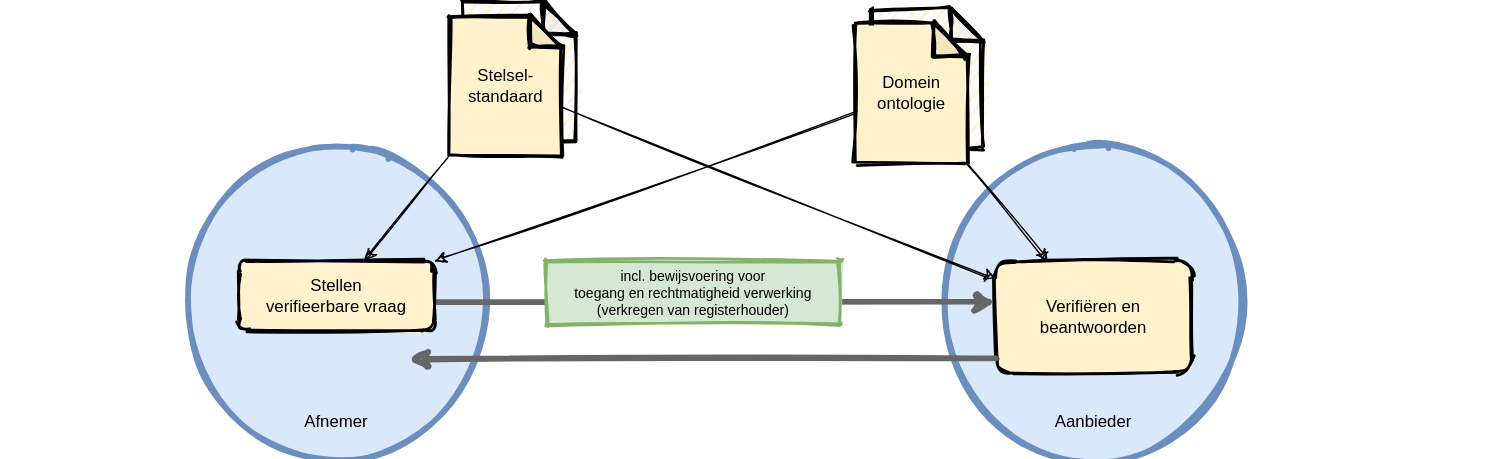
Before: .gitbook/assets/exchange.svg, a diagram exported from draw.io (dizra/docs). Source tidied: cells renumbered, new cells last; positions are measured from the earlier drawing's top-left corner, leaving out a move shared by most shapes. Its diagram source:
```xml
<mxGraphModel>
  <root>
    <mxCell id="0" />
    <mxCell id="1" parent="0" />
    <mxCell id="2" value="Afnemer" style="ellipse;whiteSpace=wrap;html=1;fillColor=#dae8fc;strokeWidth=4;verticalAlign=bottom;spacingBottom=16;fontSize=12;sketch=1;strokeColor=#6c8ebf;fillStyle=solid;" parent="1" vertex="1">
      <mxGeometry x="130" y="105" width="220" height="220" as="geometry" />
    </mxCell>
    <mxCell id="3" value="Stelsel-standaard" style="shape=note;whiteSpace=wrap;html=1;backgroundOutline=1;darkOpacity=0.05;strokeColor=#000000;strokeWidth=2;fillColor=#FFF2CC;fontSize=12;size=23;sketch=1;" parent="1" vertex="1">
      <mxGeometry x="330.5" width="80" height="100" as="geometry" />
    </mxCell>
    <mxCell id="4" value="Stelsel-standaard" style="shape=note;whiteSpace=wrap;html=1;backgroundOutline=1;darkOpacity=0.05;strokeColor=#000000;strokeWidth=2;fillColor=#FFF2CC;fontSize=12;size=22;sketch=1;fillStyle=solid;" parent="1" vertex="1">
      <mxGeometry x="320.5" y="10" width="80" height="100" as="geometry" />
    </mxCell>
    <mxCell id="5" value="Domein ontologie" style="shape=note;whiteSpace=wrap;html=1;backgroundOutline=1;darkOpacity=0.05;strokeColor=#000000;strokeWidth=2;fillColor=#FFF2CC;fontSize=12;size=23;sketch=1;" parent="1" vertex="1">
      <mxGeometry x="621.5" y="5" width="80" height="100" as="geometry" />
    </mxCell>
    <mxCell id="6" value="Aanbieder" style="ellipse;whiteSpace=wrap;html=1;fillColor=#dae8fc;strokeWidth=4;verticalAlign=bottom;spacingBottom=16;fontSize=12;sketch=1;strokeColor=#6c8ebf;fillStyle=solid;" parent="1" vertex="1">
      <mxGeometry x="671" y="105" width="220" height="220" as="geometry" />
    </mxCell>
    <mxCell id="7" value="Domein ontologie" style="shape=note;whiteSpace=wrap;html=1;backgroundOutline=1;darkOpacity=0.05;strokeColor=#000000;strokeWidth=2;fillColor=#FFF2CC;fontSize=12;size=24;sketch=1;fillStyle=solid;" parent="1" vertex="1">
      <mxGeometry x="610.5" y="15" width="80" height="100" as="geometry" />
    </mxCell>
    <mxCell id="8" style="endArrow=classic;html=1;strokeWidth=1;fontSize=12;sketch=1;" parent="1" edge="1" source="4" target="16">
      <mxGeometry relative="1" as="geometry" />
    </mxCell>
    <mxCell id="9" value="Verifiëren en beantwoorden" style="rounded=1;whiteSpace=wrap;html=1;strokeColor=#000000;strokeWidth=2;fontSize=12;fillColor=#FFF2CC;sketch=1;fillStyle=solid;" parent="1" vertex="1">
      <mxGeometry x="711" y="185" width="140" height="80" as="geometry" />
    </mxCell>
    <mxCell id="10" style="endArrow=classic;html=1;strokeWidth=4;fontSize=12;strokeColor=#666666;sketch=1;" parent="1" edge="1">
      <mxGeometry relative="1" as="geometry">
        <mxPoint x="300.5" y="214.5" as="sourcePoint" />
        <mxPoint x="711" y="214.5" as="targetPoint" />
      </mxGeometry>
    </mxCell>
    <mxCell id="11" style="endArrow=classic;html=1;strokeWidth=4;fontSize=12;strokeColor=#666666;sketch=1;" parent="1" edge="1">
      <mxGeometry relative="1" as="geometry">
        <mxPoint x="711" y="255" as="sourcePoint" />
        <mxPoint x="291" y="255" as="targetPoint" />
      </mxGeometry>
    </mxCell>
    <mxCell id="12" value="incl. bewijsvoering voor &lt;br style=&quot;font-size: 10px;&quot;&gt;toegang en rechtmatigheid verwerking&lt;br style=&quot;font-size: 10px;&quot;&gt;(verkregen van registerhouder)" style="rounded=1;whiteSpace=wrap;html=1;strokeWidth=2;fontSize=10;labelBackgroundColor=none;strokeColor=#82b366;fillColor=#d5e8d4;arcSize=0;sketch=1;fillStyle=solid;" parent="1" vertex="1">
      <mxGeometry x="390" y="185" width="210" height="45" as="geometry" />
    </mxCell>
    <mxCell id="13" style="endArrow=classic;html=1;strokeWidth=1;fontSize=12;sketch=1;" parent="1" edge="1" source="4" target="9">
      <mxGeometry relative="1" as="geometry" />
    </mxCell>
    <mxCell id="14" style="endArrow=classic;html=1;strokeWidth=1;fontSize=12;sketch=1;" parent="1" edge="1" source="7" target="16">
      <mxGeometry relative="1" as="geometry" />
    </mxCell>
    <mxCell id="15" style="endArrow=classic;html=1;strokeWidth=1;fontSize=12;sketch=1;" parent="1" edge="1" source="7" target="9">
      <mxGeometry relative="1" as="geometry" />
    </mxCell>
    <mxCell id="16" value="Stellen &lt;br style=&quot;font-size: 12px;&quot;&gt;verifieerbare vraag" style="rounded=1;whiteSpace=wrap;html=1;strokeColor=#000000;strokeWidth=2;fontSize=12;fillColor=#FFF2CC;sketch=1;fillStyle=solid;" parent="1" vertex="1">
      <mxGeometry x="170" y="185" width="140" height="50" as="geometry" />
    </mxCell>
    <mxCell id="17" style="rounded=0;whiteSpace=wrap;html=1;fillColor=none;strokeColor=none;" parent="1" vertex="1">
      <mxGeometry y="230" width="1060" height="60" as="geometry" />
    </mxCell>
  </root>
</mxGraphModel>
```
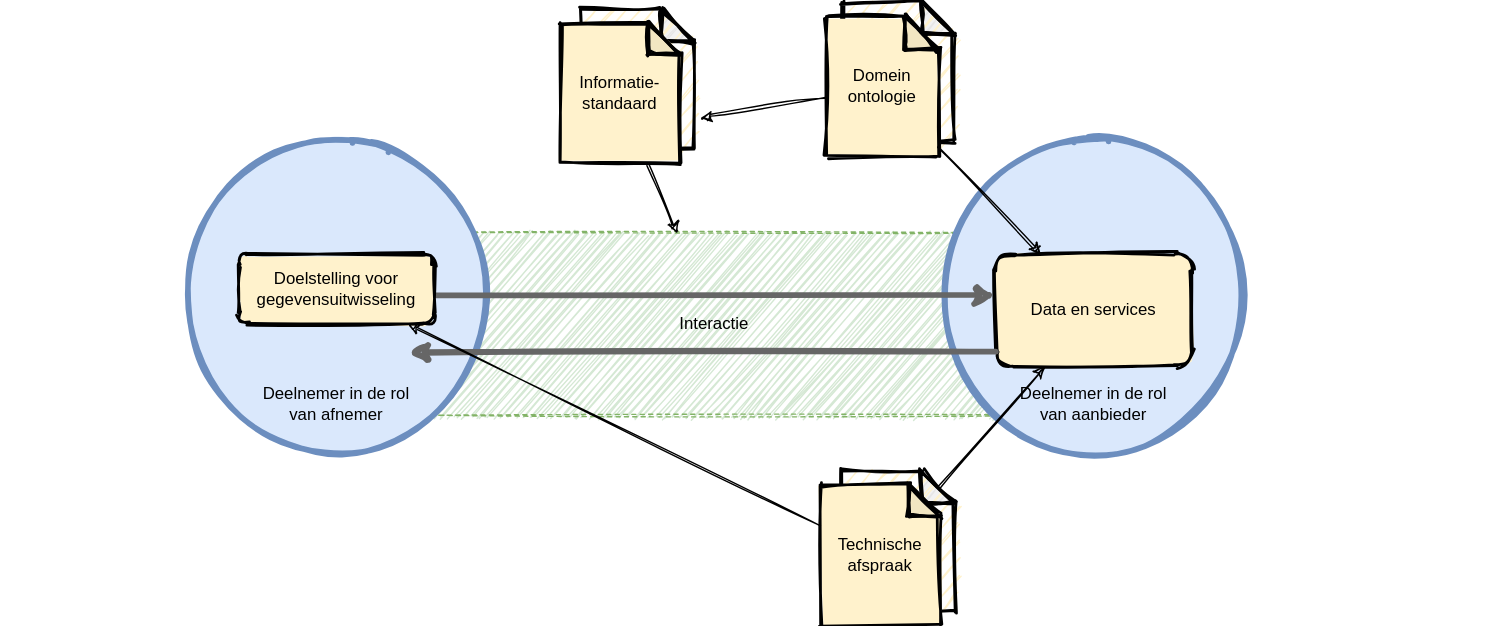
Later version of the same file.

Change to the diagram source:
```diff
@@ -2,28 +2,31 @@
   <root>
     <mxCell id="0" />
     <mxCell id="1" parent="0" />
+    <mxCell id="18" value="Interactie" style="rounded=0;whiteSpace=wrap;html=1;fillColor=#d5e8d4;strokeColor=#82b366;dashed=1;fontSize=12;sketch=1;" parent="1" vertex="1">
+      <mxGeometry x="260" y="170" width="500" height="130" as="geometry" />
+    </mxCell>
-    <mxCell id="2" value="Afnemer" style="ellipse;whiteSpace=wrap;html=1;fillColor=#dae8fc;strokeWidth=4;verticalAlign=bottom;spacingBottom=16;fontSize=12;sketch=1;strokeColor=#6c8ebf;fillStyle=solid;" parent="1" vertex="1">
+    <mxCell id="2" value="Deelnemer in de rol &lt;br&gt;van afnemer" style="ellipse;whiteSpace=wrap;html=1;fillColor=#dae8fc;strokeWidth=4;verticalAlign=bottom;spacingBottom=16;fontSize=12;sketch=1;strokeColor=#6c8ebf;fillStyle=solid;" parent="1" vertex="1">
       <mxGeometry x="130" y="105" width="220" height="220" as="geometry" />
     </mxCell>
     <mxCell id="3" value="Stelsel-standaard" style="shape=note;whiteSpace=wrap;html=1;backgroundOutline=1;darkOpacity=0.05;strokeColor=#000000;strokeWidth=2;fillColor=#FFF2CC;fontSize=12;size=23;sketch=1;" parent="1" vertex="1">
-      <mxGeometry x="330.5" width="80" height="100" as="geometry" />
+      <mxGeometry x="415" y="10" width="80" height="100" as="geometry" />
     </mxCell>
-    <mxCell id="4" value="Stelsel-standaard" style="shape=note;whiteSpace=wrap;html=1;backgroundOutline=1;darkOpacity=0.05;strokeColor=#000000;strokeWidth=2;fillColor=#FFF2CC;fontSize=12;size=22;sketch=1;fillStyle=solid;" parent="1" vertex="1">
-      <mxGeometry x="320.5" y="10" width="80" height="100" as="geometry" />
+    <mxCell id="4" value="Informatie- standaard" style="shape=note;whiteSpace=wrap;html=1;backgroundOutline=1;darkOpacity=0.05;strokeColor=#000000;strokeWidth=2;fillColor=#FFF2CC;fontSize=12;size=22;sketch=1;fillStyle=solid;" parent="1" vertex="1">
+      <mxGeometry x="400" y="20" width="85" height="100" as="geometry" />
     </mxCell>
     <mxCell id="5" value="Domein ontologie" style="shape=note;whiteSpace=wrap;html=1;backgroundOutline=1;darkOpacity=0.05;strokeColor=#000000;strokeWidth=2;fillColor=#FFF2CC;fontSize=12;size=23;sketch=1;" parent="1" vertex="1">
-      <mxGeometry x="621.5" y="5" width="80" height="100" as="geometry" />
+      <mxGeometry x="601" y="5" width="80" height="100" as="geometry" />
     </mxCell>
-    <mxCell id="6" value="Aanbieder" style="ellipse;whiteSpace=wrap;html=1;fillColor=#dae8fc;strokeWidth=4;verticalAlign=bottom;spacingBottom=16;fontSize=12;sketch=1;strokeColor=#6c8ebf;fillStyle=solid;" parent="1" vertex="1">
+    <mxCell id="6" value="Deelnemer in de rol &lt;br&gt;van aanbieder" style="ellipse;whiteSpace=wrap;html=1;fillColor=#dae8fc;strokeWidth=4;verticalAlign=bottom;spacingBottom=16;fontSize=12;sketch=1;strokeColor=#6c8ebf;fillStyle=solid;" parent="1" vertex="1">
       <mxGeometry x="671" y="105" width="220" height="220" as="geometry" />
     </mxCell>
     <mxCell id="7" value="Domein ontologie" style="shape=note;whiteSpace=wrap;html=1;backgroundOutline=1;darkOpacity=0.05;strokeColor=#000000;strokeWidth=2;fillColor=#FFF2CC;fontSize=12;size=24;sketch=1;fillStyle=solid;" parent="1" vertex="1">
-      <mxGeometry x="610.5" y="15" width="80" height="100" as="geometry" />
+      <mxGeometry x="590" y="15" width="80" height="100" as="geometry" />
     </mxCell>
-    <mxCell id="8" style="endArrow=classic;html=1;strokeWidth=1;fontSize=12;sketch=1;" parent="1" edge="1" source="4" target="16">
+    <mxCell id="8" style="endArrow=classic;html=1;strokeWidth=1;fontSize=12;sketch=1;" parent="1" edge="1" source="4" target="18">
       <mxGeometry relative="1" as="geometry" />
     </mxCell>
-    <mxCell id="9" value="Verifiëren en beantwoorden" style="rounded=1;whiteSpace=wrap;html=1;strokeColor=#000000;strokeWidth=2;fontSize=12;fillColor=#FFF2CC;sketch=1;fillStyle=solid;" parent="1" vertex="1">
+    <mxCell id="9" value="Data en services" style="rounded=1;whiteSpace=wrap;html=1;strokeColor=#000000;strokeWidth=2;fontSize=12;fillColor=#FFF2CC;sketch=1;fillStyle=solid;" parent="1" vertex="1">
       <mxGeometry x="711" y="185" width="140" height="80" as="geometry" />
     </mxCell>
     <mxCell id="10" style="endArrow=classic;html=1;strokeWidth=4;fontSize=12;strokeColor=#666666;sketch=1;" parent="1" edge="1">
@@ -38,23 +41,31 @@
         <mxPoint x="291" y="255" as="targetPoint" />
       </mxGeometry>
     </mxCell>
-    <mxCell id="12" value="incl. bewijsvoering voor &lt;br style=&quot;font-size: 10px;&quot;&gt;toegang en rechtmatigheid verwerking&lt;br style=&quot;font-size: 10px;&quot;&gt;(verkregen van registerhouder)" style="rounded=1;whiteSpace=wrap;html=1;strokeWidth=2;fontSize=10;labelBackgroundColor=none;strokeColor=#82b366;fillColor=#d5e8d4;arcSize=0;sketch=1;fillStyle=solid;" parent="1" vertex="1">
-      <mxGeometry x="390" y="185" width="210" height="45" as="geometry" />
-    </mxCell>
-    <mxCell id="13" style="endArrow=classic;html=1;strokeWidth=1;fontSize=12;sketch=1;" parent="1" edge="1" source="4" target="9">
-      <mxGeometry relative="1" as="geometry" />
-    </mxCell>
-    <mxCell id="14" style="endArrow=classic;html=1;strokeWidth=1;fontSize=12;sketch=1;" parent="1" edge="1" source="7" target="16">
-      <mxGeometry relative="1" as="geometry" />
-    </mxCell>
     <mxCell id="15" style="endArrow=classic;html=1;strokeWidth=1;fontSize=12;sketch=1;" parent="1" edge="1" source="7" target="9">
       <mxGeometry relative="1" as="geometry" />
     </mxCell>
-    <mxCell id="16" value="Stellen &lt;br style=&quot;font-size: 12px;&quot;&gt;verifieerbare vraag" style="rounded=1;whiteSpace=wrap;html=1;strokeColor=#000000;strokeWidth=2;fontSize=12;fillColor=#FFF2CC;sketch=1;fillStyle=solid;" parent="1" vertex="1">
+    <mxCell id="16" value="Doelstelling voor gegevensuitwisseling" style="rounded=1;whiteSpace=wrap;html=1;strokeColor=#000000;strokeWidth=2;fontSize=12;fillColor=#FFF2CC;sketch=1;fillStyle=solid;" parent="1" vertex="1">
       <mxGeometry x="170" y="185" width="140" height="50" as="geometry" />
     </mxCell>
     <mxCell id="17" style="rounded=0;whiteSpace=wrap;html=1;fillColor=none;strokeColor=none;" parent="1" vertex="1">
       <mxGeometry y="230" width="1060" height="60" as="geometry" />
     </mxCell>
+    <mxCell id="19" style="endArrow=classic;html=1;strokeWidth=1;fontSize=12;sketch=1;" parent="1" edge="1" source="7">
+      <mxGeometry relative="1" as="geometry">
+        <mxPoint x="500" y="88" as="targetPoint" />
+      </mxGeometry>
+    </mxCell>
+    <mxCell id="20" value="Stelsel-standaard" style="shape=note;whiteSpace=wrap;html=1;backgroundOutline=1;darkOpacity=0.05;strokeColor=#000000;strokeWidth=2;fillColor=#FFF2CC;fontSize=12;size=23;sketch=1;" parent="1" vertex="1">
+      <mxGeometry x="601" y="340" width="80" height="100" as="geometry" />
+    </mxCell>
+    <mxCell id="21" value="Technische afspraak" style="shape=note;whiteSpace=wrap;html=1;backgroundOutline=1;darkOpacity=0.05;strokeColor=#000000;strokeWidth=2;fillColor=#FFF2CC;fontSize=12;size=22;sketch=1;fillStyle=solid;" parent="1" vertex="1">
+      <mxGeometry x="586" y="350" width="85" height="100" as="geometry" />
+    </mxCell>
+    <mxCell id="22" style="endArrow=classic;html=1;strokeWidth=1;fontSize=12;sketch=1;exitX=0;exitY=0;exitDx=68.5;exitDy=11.5;exitPerimeter=0;" parent="1" edge="1" source="20" target="9">
+      <mxGeometry relative="1" as="geometry" />
+    </mxCell>
+    <mxCell id="23" style="endArrow=classic;html=1;strokeWidth=1;fontSize=12;sketch=1;" parent="1" edge="1" source="21" target="16">
+      <mxGeometry relative="1" as="geometry" />
+    </mxCell>
   </root>
 </mxGraphModel>
```
